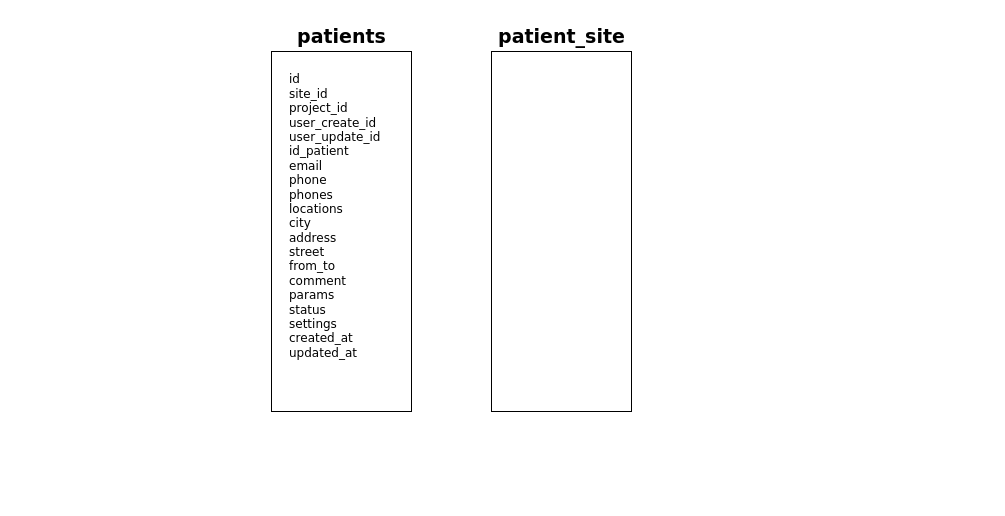
The draw.io diagram Medicore_DB.drawio in alexdev5/medicore-booking-vue, before the edit. Source tidied: cells renumbered, new cells numbered last; positions are measured from the earlier drawing's top-left corner, leaving out a move shared by most shapes. Both pictures are drawn from the tidied source at 100%, with x=0, y=0 at pixel (271, 21).
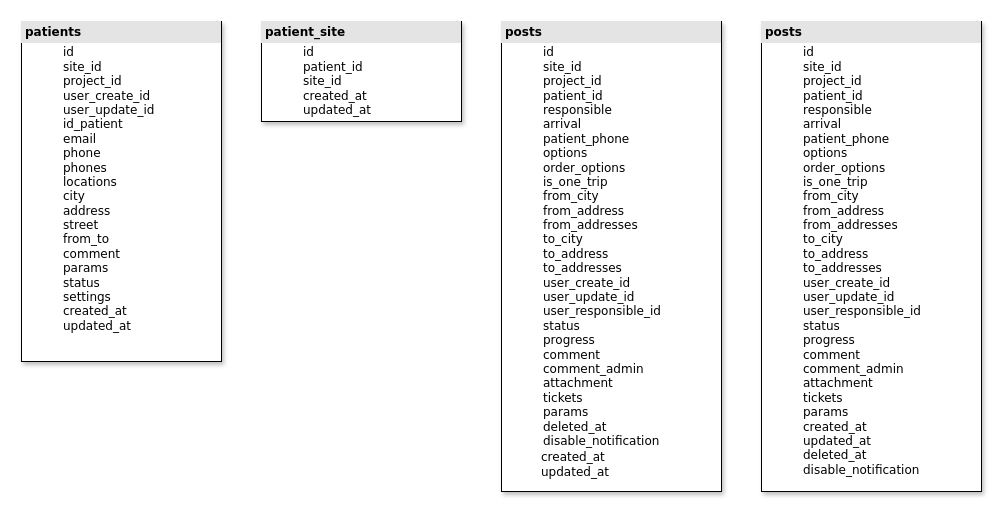
After the change.

Change to the diagram source:
```diff
@@
 <mxGraphModel>
   <root>
     <mxCell id="0" />
     <mxCell id="1" parent="0" />
-    <mxCell id="2" value="&lt;div style=&quot;font-size: 12px;&quot;&gt;&lt;font style=&quot;font-size: 12px;&quot;&gt;&lt;br&gt;&lt;/font&gt;&lt;/div&gt;&lt;div style=&quot;font-size: 12px;&quot;&gt;&lt;font style=&quot;font-size: 12px;&quot;&gt;id&lt;/font&gt;&lt;/div&gt;&lt;div style=&quot;font-size: 12px;&quot;&gt;&lt;font style=&quot;font-size: 12px;&quot;&gt;site_id&lt;/font&gt;&lt;/div&gt;&lt;div style=&quot;font-size: 12px;&quot;&gt;&lt;font style=&quot;font-size: 12px;&quot;&gt;project_id&lt;/font&gt;&lt;/div&gt;&lt;div style=&quot;font-size: 12px;&quot;&gt;&lt;font style=&quot;font-size: 12px;&quot;&gt;user_create_id&lt;/font&gt;&lt;/div&gt;&lt;div style=&quot;font-size: 12px;&quot;&gt;&lt;font style=&quot;font-size: 12px;&quot;&gt;user_update_id&lt;/font&gt;&lt;/div&gt;&lt;div style=&quot;font-size: 12px;&quot;&gt;&lt;font style=&quot;font-size: 12px;&quot;&gt;id_patient&amp;nbsp;&lt;/font&gt;&lt;/div&gt;&lt;div style=&quot;font-size: 12px;&quot;&gt;&lt;font style=&quot;font-size: 12px;&quot;&gt;email&lt;/font&gt;&lt;/div&gt;&lt;div style=&quot;font-size: 12px;&quot;&gt;&lt;font style=&quot;font-size: 12px;&quot;&gt;phone&lt;/font&gt;&lt;/div&gt;&lt;div style=&quot;font-size: 12px;&quot;&gt;&lt;font style=&quot;font-size: 12px;&quot;&gt;phones&lt;/font&gt;&lt;/div&gt;&lt;div style=&quot;font-size: 12px;&quot;&gt;&lt;font style=&quot;font-size: 12px;&quot;&gt;locations&lt;/font&gt;&lt;/div&gt;&lt;div style=&quot;font-size: 12px;&quot;&gt;&lt;font style=&quot;font-size: 12px;&quot;&gt;city&lt;/font&gt;&lt;/div&gt;&lt;div style=&quot;font-size: 12px;&quot;&gt;&lt;font style=&quot;font-size: 12px;&quot;&gt;address&lt;/font&gt;&lt;/div&gt;&lt;div style=&quot;font-size: 12px;&quot;&gt;&lt;font style=&quot;font-size: 12px;&quot;&gt;street&lt;/font&gt;&lt;/div&gt;&lt;div style=&quot;font-size: 12px;&quot;&gt;&lt;font style=&quot;font-size: 12px;&quot;&gt;from_to&lt;/font&gt;&lt;/div&gt;&lt;div style=&quot;font-size: 12px;&quot;&gt;&lt;font style=&quot;font-size: 12px;&quot;&gt;comment&lt;/font&gt;&lt;/div&gt;&lt;div style=&quot;font-size: 12px;&quot;&gt;&lt;font style=&quot;font-size: 12px;&quot;&gt;params&lt;/font&gt;&lt;/div&gt;&lt;div style=&quot;font-size: 12px;&quot;&gt;&lt;font style=&quot;font-size: 12px;&quot;&gt;status&lt;/font&gt;&lt;/div&gt;&lt;div style=&quot;font-size: 12px;&quot;&gt;&lt;font style=&quot;font-size: 12px;&quot;&gt;settings&lt;/font&gt;&lt;/div&gt;&lt;div style=&quot;font-size: 12px;&quot;&gt;&lt;div style=&quot;font-size: 12px;&quot;&gt;&lt;font style=&quot;font-size: 12px;&quot;&gt;created_at&lt;/font&gt;&lt;/div&gt;&lt;div style=&quot;font-size: 12px;&quot;&gt;&lt;font style=&quot;font-size: 12px;&quot;&gt;updated_at&lt;/font&gt;&lt;/div&gt;&lt;/div&gt;" style="rounded=0;whiteSpace=wrap;html=1;align=left;spacingLeft=16;verticalAlign=top;fontSize=12;fontFamily=Verdana;" parent="1" vertex="1">
-      <mxGeometry y="30" width="140" height="360" as="geometry" />
-    </mxCell>
-    <mxCell id="3" value="&lt;div&gt;patients&lt;/div&gt;" style="text;strokeColor=none;fillColor=none;html=1;fontSize=19;fontStyle=1;verticalAlign=middle;align=center;fontFamily=Verdana;" parent="1" vertex="1">
-      <mxGeometry x="25" width="90" height="30" as="geometry" />
-    </mxCell>
-    <mxCell id="4" value="&lt;div style=&quot;font-size: 12px;&quot;&gt;&lt;br style=&quot;font-size: 12px;&quot;&gt;&lt;/div&gt;" style="rounded=0;whiteSpace=wrap;html=1;align=left;spacingLeft=16;verticalAlign=top;fontSize=12;fillStyle=solid;fontFamily=Verdana;" parent="1" vertex="1">
-      <mxGeometry x="220" y="30" width="140" height="360" as="geometry" />
-    </mxCell>
-    <mxCell id="5" value="&lt;div&gt;patient_site&lt;/div&gt;" style="text;strokeColor=none;fillColor=none;html=1;fontSize=19;fontStyle=1;verticalAlign=middle;align=center;fontFamily=Verdana;" parent="1" vertex="1">
-      <mxGeometry x="235" width="110" height="30" as="geometry" />
-    </mxCell>
+    <mxCell id="6" value="&lt;div style=&quot;box-sizing: border-box ; width: 100% ; background: #e4e4e4 ; padding: 2px&quot;&gt;&lt;div style=&quot;box-sizing: border-box; width: 100%; background-image: initial; background-position: initial; background-size: initial; background-repeat: initial; background-attachment: initial; background-origin: initial; background-clip: initial; padding: 2px;&quot;&gt;&lt;b&gt;patients&lt;/b&gt;&lt;/div&gt;&lt;/div&gt;&lt;table style=&quot;width: 100% ; font-size: 1em&quot; cellpadding=&quot;2&quot; cellspacing=&quot;0&quot;&gt;&lt;tbody&gt;&lt;tr&gt;&lt;td&gt;&lt;blockquote style=&quot;margin: 0px 0px 0px 40px; border: none; padding: 0px;&quot;&gt;&lt;span style=&quot;background-color: initial;&quot;&gt;id&lt;/span&gt;&lt;/blockquote&gt;&lt;blockquote style=&quot;margin: 0px 0px 0px 40px; border: none; padding: 0px;&quot;&gt;&lt;span style=&quot;background-color: initial;&quot;&gt;site_id&lt;br&gt;&lt;/span&gt;&lt;span style=&quot;background-color: initial;&quot;&gt;project_id&lt;br&gt;&lt;/span&gt;&lt;span style=&quot;background-color: initial;&quot;&gt;user_create_id&lt;br&gt;&lt;/span&gt;&lt;span style=&quot;background-color: initial;&quot;&gt;user_update_id&lt;br&gt;&lt;/span&gt;&lt;span style=&quot;background-color: initial;&quot;&gt;id_patient&amp;nbsp;&lt;br&gt;&lt;/span&gt;&lt;span style=&quot;background-color: initial;&quot;&gt;email&lt;br&gt;&lt;/span&gt;&lt;span style=&quot;background-color: initial;&quot;&gt;phone&lt;br&gt;&lt;/span&gt;&lt;span style=&quot;background-color: initial;&quot;&gt;phones&lt;br&gt;&lt;/span&gt;&lt;span style=&quot;background-color: initial;&quot;&gt;locations&lt;br&gt;&lt;/span&gt;&lt;span style=&quot;background-color: initial;&quot;&gt;city&lt;br&gt;&lt;/span&gt;&lt;span style=&quot;background-color: initial;&quot;&gt;address&lt;br&gt;&lt;/span&gt;&lt;span style=&quot;background-color: initial;&quot;&gt;street&lt;br&gt;&lt;/span&gt;&lt;span style=&quot;background-color: initial;&quot;&gt;from_to&lt;br&gt;&lt;/span&gt;&lt;span style=&quot;background-color: initial;&quot;&gt;comment&lt;br&gt;&lt;/span&gt;&lt;span style=&quot;background-color: initial;&quot;&gt;params&lt;br&gt;&lt;/span&gt;&lt;span style=&quot;background-color: initial;&quot;&gt;status&lt;br&gt;&lt;/span&gt;&lt;span style=&quot;background-color: initial;&quot;&gt;settings&lt;br&gt;&lt;/span&gt;&lt;span style=&quot;background-color: initial;&quot;&gt;created_at&lt;/span&gt;&lt;div&gt;updated_at&lt;/div&gt;&lt;/blockquote&gt;&lt;/td&gt;&lt;td&gt;&lt;/td&gt;&lt;/tr&gt;&lt;/tbody&gt;&lt;/table&gt;" style="verticalAlign=top;align=left;overflow=fill;html=1;rounded=0;shadow=1;comic=0;labelBackgroundColor=none;strokeWidth=1;fontFamily=Verdana;fontSize=12;" parent="1" vertex="1">
+      <mxGeometry x="-250" width="200" height="340" as="geometry" />
+    </mxCell>
+    <mxCell id="7" value="&lt;div style=&quot;box-sizing: border-box ; width: 100% ; background: #e4e4e4 ; padding: 2px&quot;&gt;&lt;div style=&quot;box-sizing: border-box; width: 100%; background-image: initial; background-position: initial; background-size: initial; background-repeat: initial; background-attachment: initial; background-origin: initial; background-clip: initial; padding: 2px;&quot;&gt;&lt;b&gt;patient_site&lt;/b&gt;&lt;br&gt;&lt;/div&gt;&lt;/div&gt;&lt;table style=&quot;width: 100% ; font-size: 1em&quot; cellpadding=&quot;2&quot; cellspacing=&quot;0&quot;&gt;&lt;tbody&gt;&lt;tr&gt;&lt;td&gt;&lt;blockquote style=&quot;margin: 0px 0px 0px 40px; border: none; padding: 0px;&quot;&gt;id&amp;nbsp;&lt;/blockquote&gt;&lt;blockquote style=&quot;margin: 0px 0px 0px 40px; border: none; padding: 0px;&quot;&gt;patient_id&lt;/blockquote&gt;&lt;blockquote style=&quot;margin: 0px 0px 0px 40px; border: none; padding: 0px;&quot;&gt;site_id&lt;/blockquote&gt;&lt;blockquote style=&quot;margin: 0px 0px 0px 40px; border: none; padding: 0px;&quot;&gt;created_at&lt;/blockquote&gt;&lt;blockquote style=&quot;margin: 0px 0px 0px 40px; border: none; padding: 0px;&quot;&gt;&lt;span style=&quot;background-color: initial; font-size: 1em;&quot;&gt;updated_at&lt;/span&gt;&lt;/blockquote&gt;&lt;/td&gt;&lt;/tr&gt;&lt;/tbody&gt;&lt;/table&gt;" style="verticalAlign=top;align=left;overflow=fill;html=1;rounded=0;shadow=1;comic=0;labelBackgroundColor=none;strokeWidth=1;fontFamily=Verdana;fontSize=12;" parent="1" vertex="1">
+      <mxGeometry x="-10" width="200" height="100" as="geometry" />
+    </mxCell>
+    <mxCell id="8" value="&lt;div style=&quot;box-sizing: border-box ; width: 100% ; background: #e4e4e4 ; padding: 2px&quot;&gt;&lt;div style=&quot;box-sizing: border-box; width: 100%; background-image: initial; background-position: initial; background-size: initial; background-repeat: initial; background-attachment: initial; background-origin: initial; background-clip: initial; padding: 2px;&quot;&gt;&lt;b&gt;posts&lt;/b&gt;&lt;br&gt;&lt;/div&gt;&lt;/div&gt;&lt;table style=&quot;width: 100% ; font-size: 1em&quot; cellpadding=&quot;2&quot; cellspacing=&quot;0&quot;&gt;&lt;tbody&gt;&lt;tr&gt;&lt;td&gt;&lt;blockquote style=&quot;margin: 0px 0px 0px 40px; border: none; padding: 0px;&quot;&gt;id&amp;nbsp;&lt;/blockquote&gt;&lt;blockquote style=&quot;margin: 0px 0px 0px 40px; border: none; padding: 0px;&quot;&gt;&lt;span style=&quot;font-size: 1em; background-color: initial;&quot;&gt;site_id&lt;/span&gt;&lt;/blockquote&gt;&lt;blockquote style=&quot;margin: 0px 0px 0px 40px; border: none; padding: 0px;&quot;&gt;&lt;span style=&quot;font-size: 1em; background-color: initial;&quot;&gt;project_id&lt;/span&gt;&lt;/blockquote&gt;&lt;blockquote style=&quot;margin: 0px 0px 0px 40px; border: none; padding: 0px;&quot;&gt;&lt;span style=&quot;font-size: 1em; background-color: initial;&quot;&gt;patient_id&amp;nbsp;&lt;/span&gt;&lt;/blockquote&gt;&lt;blockquote style=&quot;margin: 0px 0px 0px 40px; border: none; padding: 0px;&quot;&gt;&lt;span style=&quot;font-size: 1em; background-color: initial;&quot;&gt;responsible&lt;/span&gt;&lt;/blockquote&gt;&lt;blockquote style=&quot;margin: 0px 0px 0px 40px; border: none; padding: 0px;&quot;&gt;&lt;span style=&quot;font-size: 1em; background-color: initial;&quot;&gt;arrival&lt;/span&gt;&lt;/blockquote&gt;&lt;blockquote style=&quot;margin: 0px 0px 0px 40px; border: none; padding: 0px;&quot;&gt;&lt;span style=&quot;font-size: 1em; background-color: initial;&quot;&gt;patient_phone&lt;/span&gt;&lt;/blockquote&gt;&lt;blockquote style=&quot;margin: 0px 0px 0px 40px; border: none; padding: 0px;&quot;&gt;&lt;span style=&quot;font-size: 1em; background-color: initial;&quot;&gt;options&lt;/span&gt;&lt;/blockquote&gt;&lt;blockquote style=&quot;margin: 0px 0px 0px 40px; border: none; padding: 0px;&quot;&gt;&lt;span style=&quot;font-size: 1em; background-color: initial;&quot;&gt;order_options&lt;/span&gt;&lt;/blockquote&gt;&lt;blockquote style=&quot;margin: 0px 0px 0px 40px; border: none; padding: 0px;&quot;&gt;&lt;span style=&quot;font-size: 1em; background-color: initial;&quot;&gt;is_one_trip&lt;/span&gt;&lt;/blockquote&gt;&lt;blockquote style=&quot;margin: 0px 0px 0px 40px; border: none; padding: 0px;&quot;&gt;&lt;span style=&quot;font-size: 1em; background-color: initial;&quot;&gt;from_city&lt;/span&gt;&lt;/blockquote&gt;&lt;blockquote style=&quot;margin: 0px 0px 0px 40px; border: none; padding: 0px;&quot;&gt;&lt;span style=&quot;background-color: initial; font-size: 1em;&quot;&gt;from_address&lt;/span&gt;&lt;/blockquote&gt;&lt;blockquote style=&quot;margin: 0px 0px 0px 40px; border: none; padding: 0px;&quot;&gt;&lt;span style=&quot;font-size: 1em; background-color: initial;&quot;&gt;from_addresses&lt;/span&gt;&lt;/blockquote&gt;&lt;blockquote style=&quot;margin: 0px 0px 0px 40px; border: none; padding: 0px;&quot;&gt;&lt;span style=&quot;font-size: 1em; background-color: initial;&quot;&gt;to_city&lt;/span&gt;&lt;/blockquote&gt;&lt;blockquote style=&quot;margin: 0px 0px 0px 40px; border: none; padding: 0px;&quot;&gt;&lt;span style=&quot;font-size: 1em; background-color: initial;&quot;&gt;to_address&lt;/span&gt;&lt;/blockquote&gt;&lt;blockquote style=&quot;margin: 0px 0px 0px 40px; border: none; padding: 0px;&quot;&gt;&lt;span style=&quot;font-size: 1em; background-color: initial;&quot;&gt;to_addresses&lt;/span&gt;&lt;/blockquote&gt;&lt;blockquote style=&quot;margin: 0px 0px 0px 40px; border: none; padding: 0px;&quot;&gt;&lt;span style=&quot;font-size: 1em; background-color: initial;&quot;&gt;user_create_id&amp;nbsp;&lt;/span&gt;&lt;/blockquote&gt;&lt;blockquote style=&quot;margin: 0px 0px 0px 40px; border: none; padding: 0px;&quot;&gt;&lt;span style=&quot;font-size: 1em; background-color: initial;&quot;&gt;user_update_id&lt;/span&gt;&lt;/blockquote&gt;&lt;blockquote style=&quot;margin: 0px 0px 0px 40px; border: none; padding: 0px;&quot;&gt;&lt;span style=&quot;font-size: 1em; background-color: initial;&quot;&gt;user_responsible_id&lt;/span&gt;&lt;/blockquote&gt;&lt;blockquote style=&quot;margin: 0px 0px 0px 40px; border: none; padding: 0px;&quot;&gt;&lt;span style=&quot;font-size: 1em; background-color: initial;&quot;&gt;status&lt;/span&gt;&lt;/blockquote&gt;&lt;blockquote style=&quot;margin: 0px 0px 0px 40px; border: none; padding: 0px;&quot;&gt;&lt;span style=&quot;font-size: 1em; background-color: initial;&quot;&gt;progress&lt;/span&gt;&lt;/blockquote&gt;&lt;blockquote style=&quot;margin: 0px 0px 0px 40px; border: none; padding: 0px;&quot;&gt;&lt;span style=&quot;font-size: 1em; background-color: initial;&quot;&gt;comment&lt;/span&gt;&lt;/blockquote&gt;&lt;blockquote style=&quot;margin: 0px 0px 0px 40px; border: none; padding: 0px;&quot;&gt;&lt;span style=&quot;font-size: 1em; background-color: initial;&quot;&gt;comment_admin&lt;/span&gt;&lt;/blockquote&gt;&lt;blockquote style=&quot;margin: 0px 0px 0px 40px; border: none; padding: 0px;&quot;&gt;&lt;span style=&quot;font-size: 1em; background-color: initial;&quot;&gt;attachment&lt;/span&gt;&lt;/blockquote&gt;&lt;blockquote style=&quot;margin: 0px 0px 0px 40px; border: none; padding: 0px;&quot;&gt;&lt;span style=&quot;font-size: 1em; background-color: initial;&quot;&gt;tickets&lt;/span&gt;&lt;/blockquote&gt;&lt;blockquote style=&quot;margin: 0px 0px 0px 40px; border: none; padding: 0px;&quot;&gt;&lt;span style=&quot;font-size: 1em; background-color: initial;&quot;&gt;params&lt;/span&gt;&lt;/blockquote&gt;&lt;blockquote style=&quot;margin: 0px 0px 0px 40px; border: none; padding: 0px;&quot;&gt;&lt;span style=&quot;font-size: 1em; background-color: initial;&quot;&gt;deleted_at&lt;/span&gt;&lt;/blockquote&gt;&lt;blockquote style=&quot;margin: 0px 0px 0px 40px; border: none; padding: 0px;&quot;&gt;&lt;span style=&quot;font-size: 1em; background-color: initial;&quot;&gt;disable_notification&lt;/span&gt;&lt;/blockquote&gt;&lt;/td&gt;&lt;/tr&gt;&lt;/tbody&gt;&lt;/table&gt;&lt;blockquote style=&quot;margin: 0px 0px 0px 40px; border: none; padding: 0px;&quot;&gt;&lt;span style=&quot;font-size: 1em; background-color: initial;&quot;&gt;created_at&lt;/span&gt;&lt;/blockquote&gt;&lt;blockquote style=&quot;margin: 0px 0px 0px 40px; border: none; padding: 0px;&quot;&gt;&lt;span style=&quot;font-size: 1em; background-color: initial;&quot;&gt;updated_at&lt;/span&gt;&lt;/blockquote&gt;" style="verticalAlign=top;align=left;overflow=fill;html=1;rounded=0;shadow=1;comic=0;labelBackgroundColor=none;strokeWidth=1;fontFamily=Verdana;fontSize=12;" parent="1" vertex="1">
+      <mxGeometry x="230" width="220" height="470" as="geometry" />
+    </mxCell>
+    <mxCell id="9" value="&lt;div style=&quot;box-sizing: border-box ; width: 100% ; background: #e4e4e4 ; padding: 2px&quot;&gt;&lt;div style=&quot;box-sizing: border-box; width: 100%; background-image: initial; background-position: initial; background-size: initial; background-repeat: initial; background-attachment: initial; background-origin: initial; background-clip: initial; padding: 2px;&quot;&gt;&lt;b&gt;posts&lt;/b&gt;&lt;br&gt;&lt;/div&gt;&lt;/div&gt;&lt;table style=&quot;width: 100% ; font-size: 1em&quot; cellpadding=&quot;2&quot; cellspacing=&quot;0&quot;&gt;&lt;tbody&gt;&lt;tr&gt;&lt;td&gt;&lt;blockquote style=&quot;margin: 0px 0px 0px 40px; border: none; padding: 0px;&quot;&gt;id&amp;nbsp;&lt;/blockquote&gt;&lt;blockquote style=&quot;margin: 0px 0px 0px 40px; border: none; padding: 0px;&quot;&gt;&lt;span style=&quot;font-size: 1em; background-color: initial;&quot;&gt;site_id&lt;/span&gt;&lt;/blockquote&gt;&lt;blockquote style=&quot;margin: 0px 0px 0px 40px; border: none; padding: 0px;&quot;&gt;&lt;span style=&quot;font-size: 1em; background-color: initial;&quot;&gt;project_id&lt;/span&gt;&lt;/blockquote&gt;&lt;blockquote style=&quot;margin: 0px 0px 0px 40px; border: none; padding: 0px;&quot;&gt;&lt;span style=&quot;font-size: 1em; background-color: initial;&quot;&gt;patient_id&amp;nbsp;&lt;/span&gt;&lt;/blockquote&gt;&lt;blockquote style=&quot;margin: 0px 0px 0px 40px; border: none; padding: 0px;&quot;&gt;&lt;span style=&quot;font-size: 1em; background-color: initial;&quot;&gt;responsible&lt;/span&gt;&lt;/blockquote&gt;&lt;blockquote style=&quot;margin: 0px 0px 0px 40px; border: none; padding: 0px;&quot;&gt;&lt;span style=&quot;font-size: 1em; background-color: initial;&quot;&gt;arrival&lt;/span&gt;&lt;/blockquote&gt;&lt;blockquote style=&quot;margin: 0px 0px 0px 40px; border: none; padding: 0px;&quot;&gt;&lt;span style=&quot;font-size: 1em; background-color: initial;&quot;&gt;patient_phone&lt;/span&gt;&lt;/blockquote&gt;&lt;blockquote style=&quot;margin: 0px 0px 0px 40px; border: none; padding: 0px;&quot;&gt;&lt;span style=&quot;font-size: 1em; background-color: initial;&quot;&gt;options&lt;/span&gt;&lt;/blockquote&gt;&lt;blockquote style=&quot;margin: 0px 0px 0px 40px; border: none; padding: 0px;&quot;&gt;&lt;span style=&quot;font-size: 1em; background-color: initial;&quot;&gt;order_options&lt;/span&gt;&lt;/blockquote&gt;&lt;blockquote style=&quot;margin: 0px 0px 0px 40px; border: none; padding: 0px;&quot;&gt;&lt;span style=&quot;font-size: 1em; background-color: initial;&quot;&gt;is_one_trip&lt;/span&gt;&lt;/blockquote&gt;&lt;blockquote style=&quot;margin: 0px 0px 0px 40px; border: none; padding: 0px;&quot;&gt;&lt;span style=&quot;font-size: 1em; background-color: initial;&quot;&gt;from_city&lt;/span&gt;&lt;/blockquote&gt;&lt;blockquote style=&quot;margin: 0px 0px 0px 40px; border: none; padding: 0px;&quot;&gt;&lt;span style=&quot;background-color: initial; font-size: 1em;&quot;&gt;from_address&lt;/span&gt;&lt;/blockquote&gt;&lt;blockquote style=&quot;margin: 0px 0px 0px 40px; border: none; padding: 0px;&quot;&gt;&lt;span style=&quot;font-size: 1em; background-color: initial;&quot;&gt;from_addresses&lt;/span&gt;&lt;/blockquote&gt;&lt;blockquote style=&quot;margin: 0px 0px 0px 40px; border: none; padding: 0px;&quot;&gt;&lt;span style=&quot;font-size: 1em; background-color: initial;&quot;&gt;to_city&lt;/span&gt;&lt;/blockquote&gt;&lt;blockquote style=&quot;margin: 0px 0px 0px 40px; border: none; padding: 0px;&quot;&gt;&lt;span style=&quot;font-size: 1em; background-color: initial;&quot;&gt;to_address&lt;/span&gt;&lt;/blockquote&gt;&lt;blockquote style=&quot;margin: 0px 0px 0px 40px; border: none; padding: 0px;&quot;&gt;&lt;span style=&quot;font-size: 1em; background-color: initial;&quot;&gt;to_addresses&lt;/span&gt;&lt;/blockquote&gt;&lt;blockquote style=&quot;margin: 0px 0px 0px 40px; border: none; padding: 0px;&quot;&gt;&lt;span style=&quot;font-size: 1em; background-color: initial;&quot;&gt;user_create_id&amp;nbsp;&lt;/span&gt;&lt;/blockquote&gt;&lt;blockquote style=&quot;margin: 0px 0px 0px 40px; border: none; padding: 0px;&quot;&gt;&lt;span style=&quot;font-size: 1em; background-color: initial;&quot;&gt;user_update_id&lt;/span&gt;&lt;/blockquote&gt;&lt;blockquote style=&quot;margin: 0px 0px 0px 40px; border: none; padding: 0px;&quot;&gt;&lt;span style=&quot;font-size: 1em; background-color: initial;&quot;&gt;user_responsible_id&lt;/span&gt;&lt;/blockquote&gt;&lt;blockquote style=&quot;margin: 0px 0px 0px 40px; border: none; padding: 0px;&quot;&gt;&lt;span style=&quot;font-size: 1em; background-color: initial;&quot;&gt;status&lt;/span&gt;&lt;/blockquote&gt;&lt;blockquote style=&quot;margin: 0px 0px 0px 40px; border: none; padding: 0px;&quot;&gt;&lt;span style=&quot;font-size: 1em; background-color: initial;&quot;&gt;progress&lt;/span&gt;&lt;/blockquote&gt;&lt;blockquote style=&quot;margin: 0px 0px 0px 40px; border: none; padding: 0px;&quot;&gt;&lt;span style=&quot;font-size: 1em; background-color: initial;&quot;&gt;comment&lt;/span&gt;&lt;/blockquote&gt;&lt;blockquote style=&quot;margin: 0px 0px 0px 40px; border: none; padding: 0px;&quot;&gt;&lt;span style=&quot;font-size: 1em; background-color: initial;&quot;&gt;comment_admin&lt;/span&gt;&lt;/blockquote&gt;&lt;blockquote style=&quot;margin: 0px 0px 0px 40px; border: none; padding: 0px;&quot;&gt;&lt;span style=&quot;font-size: 1em; background-color: initial;&quot;&gt;attachment&lt;/span&gt;&lt;/blockquote&gt;&lt;blockquote style=&quot;margin: 0px 0px 0px 40px; border: none; padding: 0px;&quot;&gt;&lt;span style=&quot;font-size: 1em; background-color: initial;&quot;&gt;tickets&lt;/span&gt;&lt;/blockquote&gt;&lt;blockquote style=&quot;margin: 0px 0px 0px 40px; border: none; padding: 0px;&quot;&gt;&lt;span style=&quot;font-size: 1em; background-color: initial;&quot;&gt;params&lt;/span&gt;&lt;/blockquote&gt;&lt;blockquote style=&quot;margin: 0px 0px 0px 40px; border: none; padding: 0px;&quot;&gt;&lt;span style=&quot;font-size: 1em; background-color: initial;&quot;&gt;created_at&lt;/span&gt;&lt;/blockquote&gt;&lt;blockquote style=&quot;margin: 0px 0px 0px 40px; border: none; padding: 0px;&quot;&gt;&lt;span style=&quot;font-size: 1em; background-color: initial;&quot;&gt;updated_at&lt;/span&gt;&lt;/blockquote&gt;&lt;blockquote style=&quot;margin: 0px 0px 0px 40px; border: none; padding: 0px;&quot;&gt;&lt;span style=&quot;font-size: 1em; background-color: initial;&quot;&gt;deleted_at&lt;/span&gt;&lt;/blockquote&gt;&lt;blockquote style=&quot;margin: 0px 0px 0px 40px; border: none; padding: 0px;&quot;&gt;&lt;span style=&quot;font-size: 1em; background-color: initial;&quot;&gt;disable_notification&lt;/span&gt;&lt;/blockquote&gt;&lt;/td&gt;&lt;/tr&gt;&lt;/tbody&gt;&lt;/table&gt;" style="verticalAlign=top;align=left;overflow=fill;html=1;rounded=0;shadow=1;comic=0;labelBackgroundColor=none;strokeWidth=1;fontFamily=Verdana;fontSize=12;" parent="1" vertex="1">
+      <mxGeometry x="490" width="220" height="470" as="geometry" />
+    </mxCell>
   </root>
 </mxGraphModel>
```
